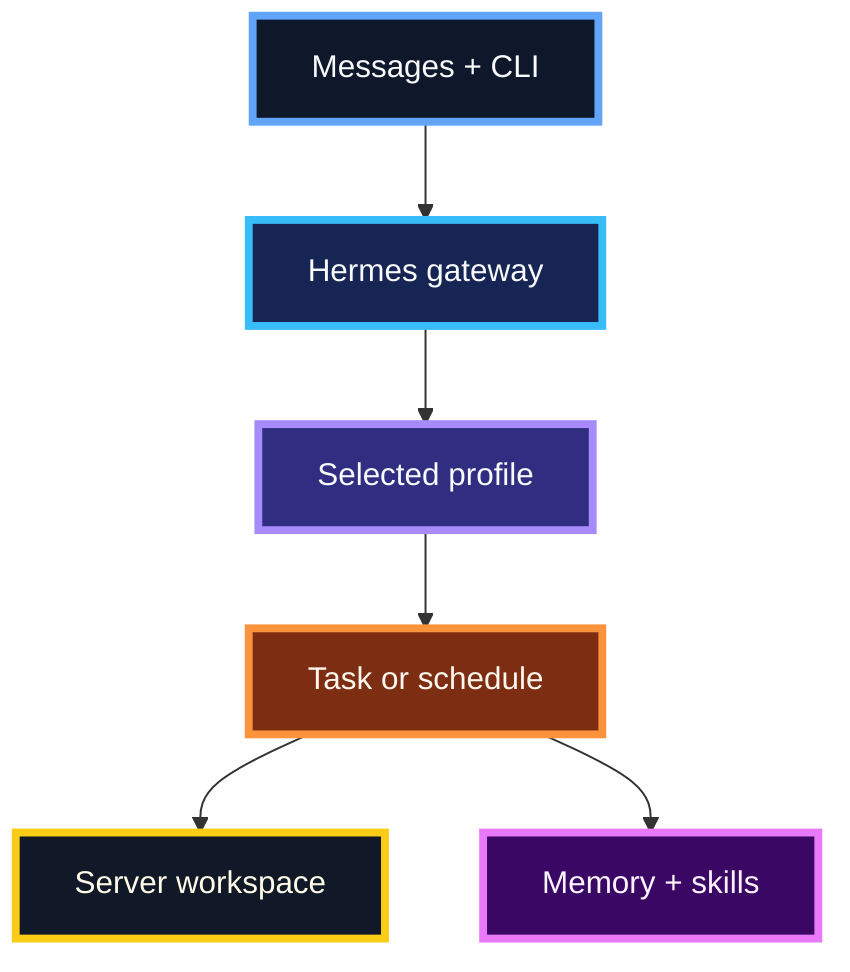
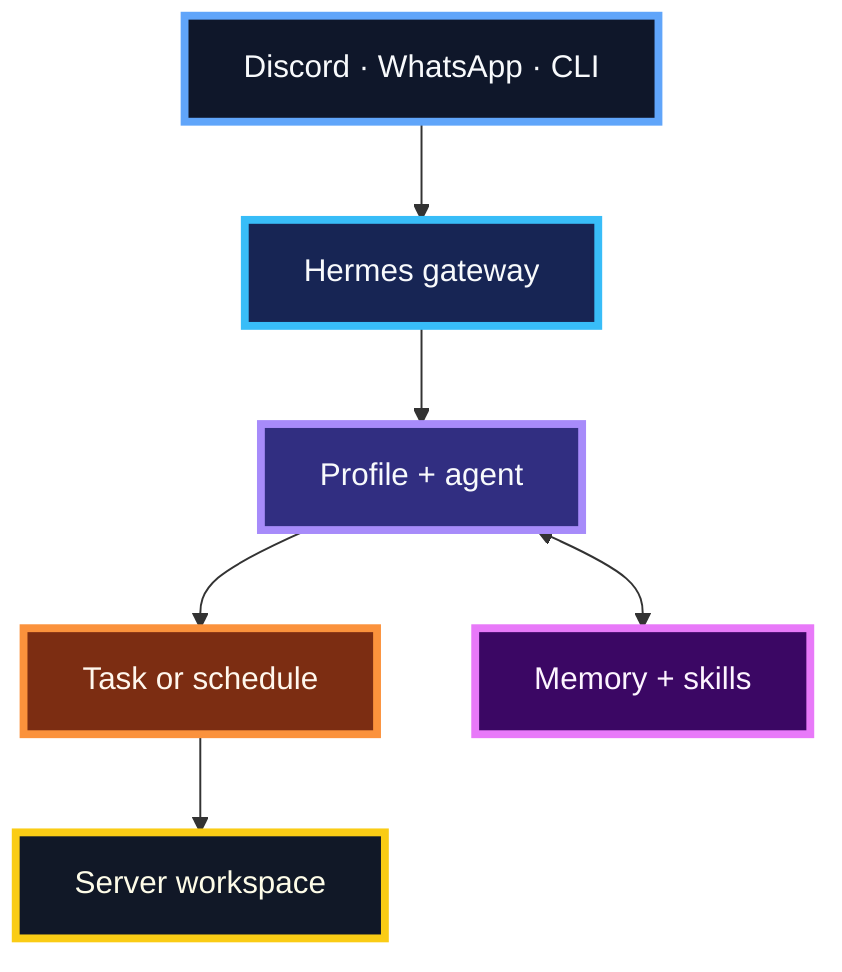
%%{init: {"theme":"base","themeVariables":{"background":"transparent","mainBkg":"transparent","primaryColor":"#101827","primaryTextColor":"#f8fafc","primaryBorderColor":"#38bdf8","lineColor":"#94a3b8","fontSize":"24px","fontFamily":"Inter, ui-sans-serif, system-ui, -apple-system, BlinkMacSystemFont, 'Segoe UI', sans-serif"},"flowchart":{"curve":"basis","padding":16,"nodeSpacing":34,"rankSpacing":42}}}%%
flowchart TD
    accTitle: Hermes server architecture
    accDescr: Messages from Discord, WhatsApp, and the command line pass through the Hermes gateway, a selected profile, and a task or schedule before reaching the server workspace. Memory and skills retain reusable context.

-     IN["Messages + CLI"]:::chat
+     IN["Discord · WhatsApp · CLI"]:::chat
    GW["Hermes gateway"]:::gateway
-     PF["Selected profile"]:::profile
+     PF["Profile + agent"]:::profile
    WF["Task or schedule"]:::workflow
    SV["Server workspace"]:::server
    MS["Memory + skills"]:::memory

    IN --> GW --> PF --> WF --> SV
-     WF --> MS
+     PF <--> MS

    classDef chat fill:#0f172a,stroke:#60a5fa,color:#f8fafc,stroke-width:4px;
    classDef gateway fill:#172554,stroke:#38bdf8,color:#f8fafc,stroke-width:4px;
    classDef profile fill:#312e81,stroke:#a78bfa,color:#f8fafc,stroke-width:4px;
    classDef workflow fill:#7c2d12,stroke:#fb923c,color:#fff7ed,stroke-width:4px;
    classDef server fill:#111827,stroke:#facc15,color:#fefce8,stroke-width:4px;
    classDef memory fill:#3b0764,stroke:#e879f9,color:#fdf4ff,stroke-width:4px;
